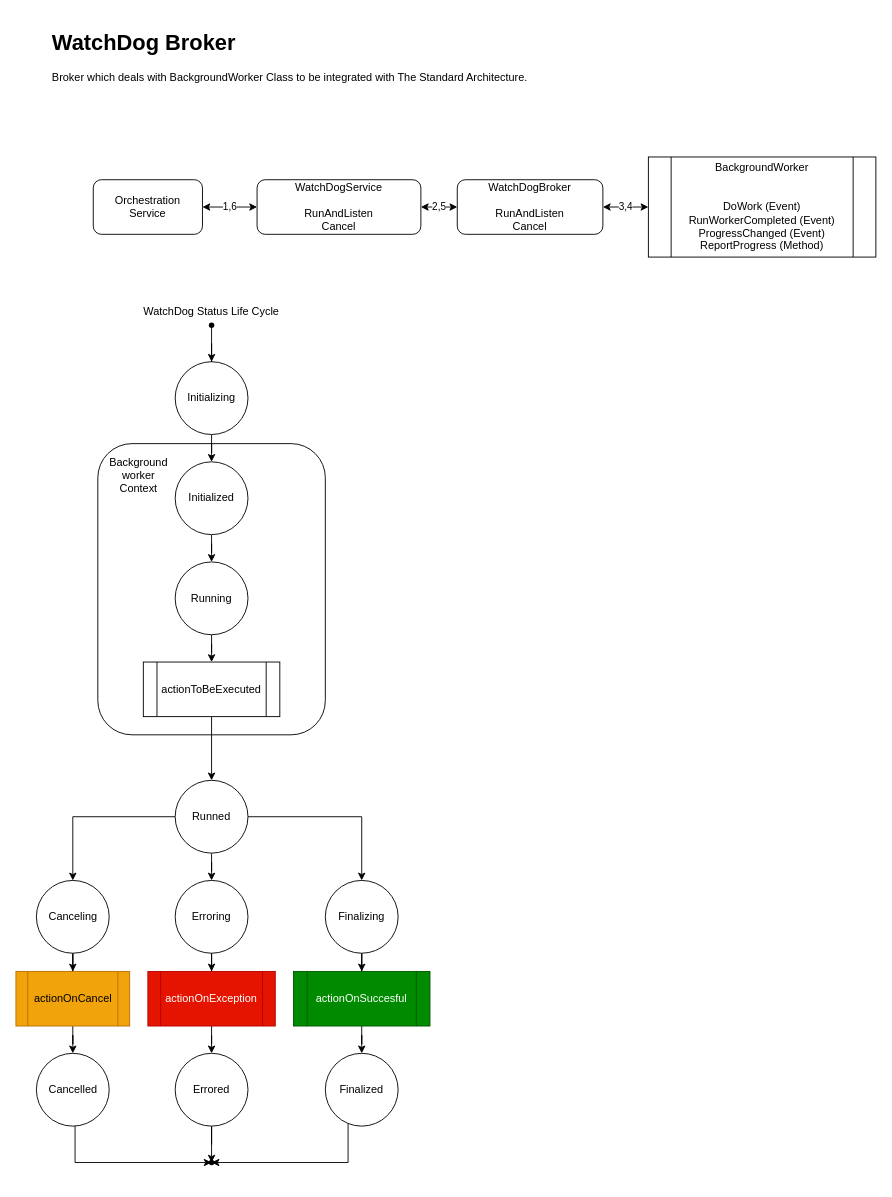
Above: page "Overview" (1 of 2) of Overview.drawio in LBoullosa/TheStandard.PoC.BackgroundWorker (draw.io), before the change. Source tidied: cells renumbered, new cells numbered last; positions are measured from the earlier drawing's top-left corner, leaving out a move shared by most shapes. Both pictures are drawn from the tidied source at 91%, with x=0, y=0 at pixel (15, 25).
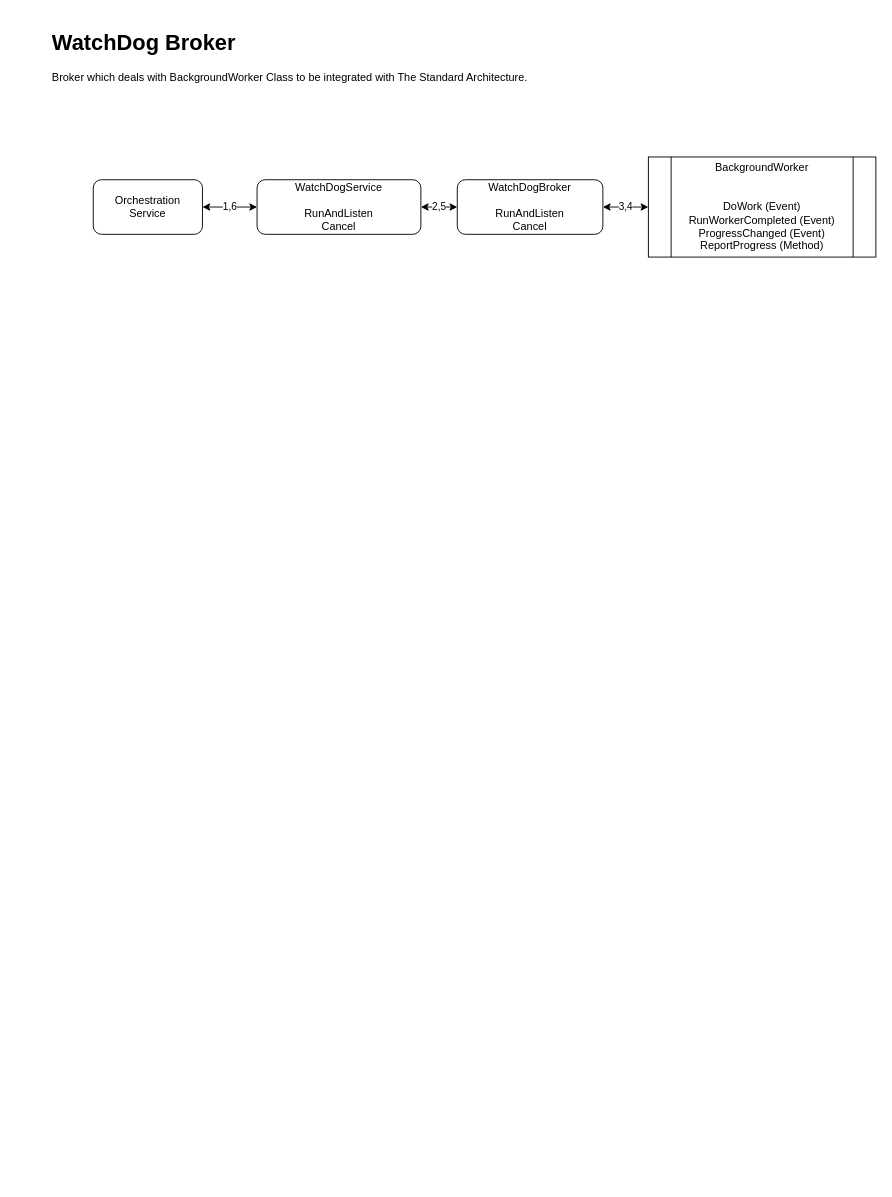
After the change.

Change to the diagram source:
```diff
@@
-    <mxCell id="2" style="rounded=1;whiteSpace=wrap;html=1;" parent="1" vertex="1">
-      <mxGeometry x="90" y="460" width="250" height="320" as="geometry" />
-    </mxCell>
@@
-    <mxCell id="11" style="edgeStyle=orthogonalEdgeStyle;rounded=0;jettySize=auto;html=1;" parent="1" edge="1" source="12" target="14">
-      <mxGeometry relative="1" as="geometry" />
-    </mxCell>
-    <mxCell id="12" value="Initializing" style="ellipse;whiteSpace=wrap;html=1;" parent="1" vertex="1">
-      <mxGeometry x="175" y="370" width="80" height="80" as="geometry" />
-    </mxCell>
-    <mxCell id="13" style="edgeStyle=orthogonalEdgeStyle;rounded=0;jettySize=auto;html=1;" parent="1" edge="1" source="14" target="16">
-      <mxGeometry relative="1" as="geometry" />
-    </mxCell>
-    <mxCell id="14" value="Initialized" style="ellipse;whiteSpace=wrap;html=1;" parent="1" vertex="1">
-      <mxGeometry x="175" y="480" width="80" height="80" as="geometry" />
-    </mxCell>
-    <mxCell id="15" style="edgeStyle=orthogonalEdgeStyle;rounded=0;jettySize=auto;html=1;entryX=0.5;entryY=0;entryDx=0;entryDy=0;" parent="1" edge="1" source="16" target="37">
-      <mxGeometry relative="1" as="geometry" />
-    </mxCell>
-    <mxCell id="16" value="Running" style="ellipse;whiteSpace=wrap;html=1;" parent="1" vertex="1">
-      <mxGeometry x="175" y="590" width="80" height="80" as="geometry" />
-    </mxCell>
-    <mxCell id="17" style="edgeStyle=orthogonalEdgeStyle;rounded=0;jettySize=auto;html=1;" parent="1" edge="1" source="20" target="26">
-      <mxGeometry relative="1" as="geometry" />
-    </mxCell>
-    <mxCell id="18" style="edgeStyle=orthogonalEdgeStyle;rounded=0;jettySize=auto;html=1;" parent="1" edge="1" source="20" target="22">
-      <mxGeometry relative="1" as="geometry" />
-    </mxCell>
-    <mxCell id="19" style="edgeStyle=orthogonalEdgeStyle;rounded=0;jettySize=auto;html=1;entryX=0.5;entryY=0;entryDx=0;entryDy=0;" parent="1" edge="1" source="20" target="30">
-      <mxGeometry relative="1" as="geometry" />
-    </mxCell>
-    <mxCell id="20" value="Runned" style="ellipse;whiteSpace=wrap;html=1;" parent="1" vertex="1">
-      <mxGeometry x="175" y="830" width="80" height="80" as="geometry" />
-    </mxCell>
-    <mxCell id="21" style="edgeStyle=orthogonalEdgeStyle;rounded=0;jettySize=auto;html=1;" parent="1" edge="1" source="22" target="39">
-      <mxGeometry relative="1" as="geometry" />
-    </mxCell>
-    <mxCell id="22" value="Canceling" style="ellipse;whiteSpace=wrap;html=1;" parent="1" vertex="1">
-      <mxGeometry x="22.5" y="940" width="80" height="80" as="geometry" />
-    </mxCell>
-    <mxCell id="23" style="edgeStyle=orthogonalEdgeStyle;rounded=0;jettySize=auto;html=1;entryX=0.6;entryY=0.5;entryDx=0;entryDy=0;entryPerimeter=0;" parent="1" edge="1" source="24" target="33">
-      <mxGeometry relative="1" as="geometry">
-        <Array as="points">
-          <mxPoint x="65" y="1250" />
-        </Array>
-      </mxGeometry>
-    </mxCell>
-    <mxCell id="24" value="Cancelled" style="ellipse;whiteSpace=wrap;html=1;" parent="1" vertex="1">
-      <mxGeometry x="22.5" y="1130" width="80" height="80" as="geometry" />
-    </mxCell>
-    <mxCell id="25" style="edgeStyle=orthogonalEdgeStyle;rounded=0;jettySize=auto;html=1;" parent="1" edge="1" source="26" target="41">
-      <mxGeometry relative="1" as="geometry" />
-    </mxCell>
-    <mxCell id="26" value="Erroring" style="ellipse;whiteSpace=wrap;html=1;" parent="1" vertex="1">
-      <mxGeometry x="175" y="940" width="80" height="80" as="geometry" />
-    </mxCell>
-    <mxCell id="27" style="edgeStyle=orthogonalEdgeStyle;rounded=0;jettySize=auto;html=1;" parent="1" edge="1" source="28" target="33">
-      <mxGeometry relative="1" as="geometry" />
-    </mxCell>
-    <mxCell id="28" value="Errored" style="ellipse;whiteSpace=wrap;html=1;" parent="1" vertex="1">
-      <mxGeometry x="175" y="1130" width="80" height="80" as="geometry" />
-    </mxCell>
-    <mxCell id="29" style="edgeStyle=orthogonalEdgeStyle;rounded=0;jettySize=auto;html=1;" parent="1" edge="1" source="30" target="43">
-      <mxGeometry relative="1" as="geometry" />
-    </mxCell>
-    <mxCell id="30" value="Finalizing" style="ellipse;whiteSpace=wrap;html=1;" parent="1" vertex="1">
-      <mxGeometry x="340" y="940" width="80" height="80" as="geometry" />
-    </mxCell>
-    <mxCell id="31" style="edgeStyle=orthogonalEdgeStyle;rounded=0;jettySize=auto;html=1;" parent="1" edge="1" source="32" target="33">
-      <mxGeometry relative="1" as="geometry">
-        <Array as="points">
-          <mxPoint x="365" y="1250" />
-        </Array>
-      </mxGeometry>
-    </mxCell>
-    <mxCell id="32" value="Finalized" style="ellipse;whiteSpace=wrap;html=1;" parent="1" vertex="1">
-      <mxGeometry x="340" y="1130" width="80" height="80" as="geometry" />
-    </mxCell>
-    <mxCell id="33" style="shape=waypoint;sketch=0;size=6;points=[];fillColor=default;perimeter=centerPerimeter;snapToPoint=1;" parent="1" vertex="1">
-      <mxGeometry x="195" y="1230" width="40" height="40" as="geometry" />
-    </mxCell>
-    <mxCell id="34" style="edgeStyle=orthogonalEdgeStyle;rounded=0;jettySize=auto;html=1;" parent="1" edge="1" source="35" target="12">
-      <mxGeometry relative="1" as="geometry" />
-    </mxCell>
-    <mxCell id="35" style="shape=waypoint;sketch=0;fillStyle=solid;size=6;points=[];fillColor=none;perimeter=centerPerimeter;snapToPoint=1;" parent="1" vertex="1">
-      <mxGeometry x="195" y="310" width="40" height="40" as="geometry" />
-    </mxCell>
-    <mxCell id="36" style="edgeStyle=orthogonalEdgeStyle;rounded=0;jettySize=auto;html=1;" parent="1" edge="1" source="37" target="20">
-      <mxGeometry relative="1" as="geometry" />
-    </mxCell>
-    <mxCell id="37" value="actionToBeExecuted" style="shape=process;whiteSpace=wrap;html=1;backgroundOutline=1;" parent="1" vertex="1">
-      <mxGeometry x="140" y="700" width="150" height="60" as="geometry" />
-    </mxCell>
-    <mxCell id="38" style="edgeStyle=orthogonalEdgeStyle;rounded=0;jettySize=auto;html=1;" parent="1" edge="1" source="39" target="24">
-      <mxGeometry relative="1" as="geometry" />
-    </mxCell>
-    <mxCell id="39" value="actionOnCancel" style="shape=process;whiteSpace=wrap;html=1;backgroundOutline=1;fillColor=#f0a30a;fontColor=#000000;strokeColor=#BD7000;" parent="1" vertex="1">
-      <mxGeometry y="1040" width="125" height="60" as="geometry" />
-    </mxCell>
-    <mxCell id="40" style="edgeStyle=orthogonalEdgeStyle;rounded=0;jettySize=auto;html=1;" parent="1" edge="1" source="41" target="28">
-      <mxGeometry relative="1" as="geometry" />
-    </mxCell>
-    <mxCell id="41" value="actionOnException" style="shape=process;whiteSpace=wrap;html=1;backgroundOutline=1;fillColor=#e51400;fontColor=#ffffff;strokeColor=#B20000;" parent="1" vertex="1">
-      <mxGeometry x="145" y="1040" width="140" height="60" as="geometry" />
-    </mxCell>
-    <mxCell id="42" style="edgeStyle=orthogonalEdgeStyle;rounded=0;jettySize=auto;html=1;" parent="1" edge="1" source="43" target="32">
-      <mxGeometry relative="1" as="geometry" />
-    </mxCell>
-    <mxCell id="43" value="actionOnSuccesful" style="shape=process;whiteSpace=wrap;html=1;backgroundOutline=1;fillColor=#008a00;fontColor=#ffffff;strokeColor=#005700;" parent="1" vertex="1">
-      <mxGeometry x="305" y="1040" width="150" height="60" as="geometry" />
-    </mxCell>
-    <mxCell id="44" value="Background worker Context" style="text;html=1;strokeColor=none;fillColor=none;align=center;verticalAlign=middle;whiteSpace=wrap;rounded=0;" parent="1" vertex="1">
-      <mxGeometry x="105" y="480" width="60" height="30" as="geometry" />
-    </mxCell>
-    <mxCell id="45" value="&lt;span&gt;WatchDog Status Life Cycle&lt;/span&gt;" style="text;html=1;strokeColor=none;fillColor=none;align=center;verticalAlign=middle;whiteSpace=wrap;rounded=0;" parent="1" vertex="1">
-      <mxGeometry x="125" y="300" width="180" height="30" as="geometry" />
-    </mxCell>
```
